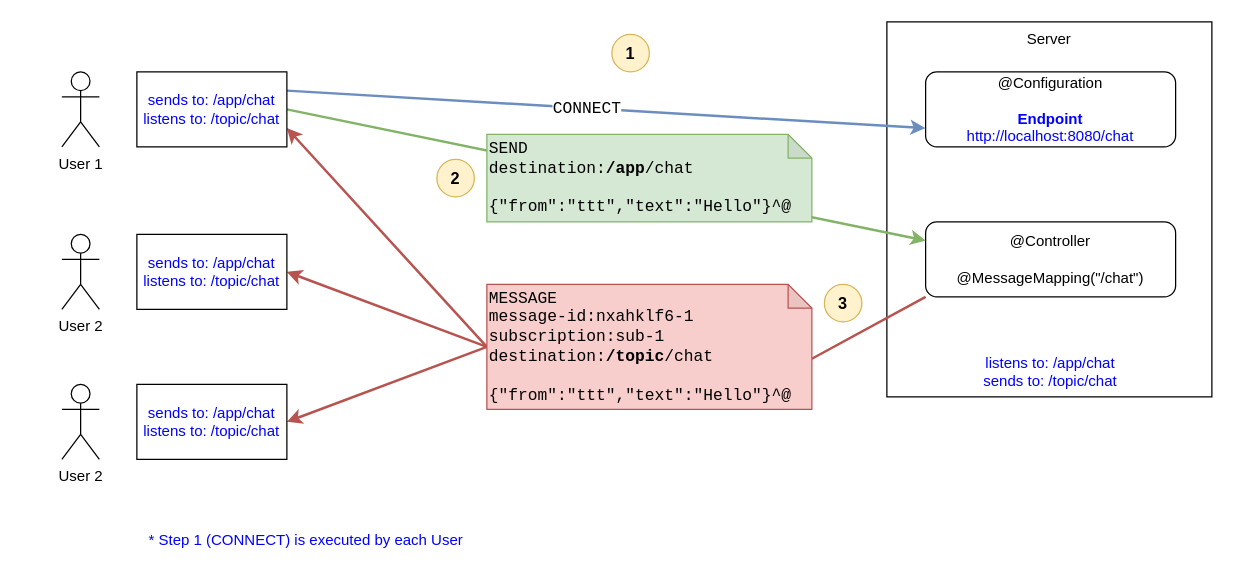
Above: 09-messaging/websockets/websocketbroker-stomp-echo/websocket-chat.drawio in ttt9912/prospringboot2 (draw.io), before the change. Source tidied: cells renumbered, new cells numbered last; positions are measured from the earlier drawing's top-left corner, leaving out a move shared by most shapes. Both pictures are drawn from the tidied source at 125%, with x=0, y=0 at pixel (61, 21).
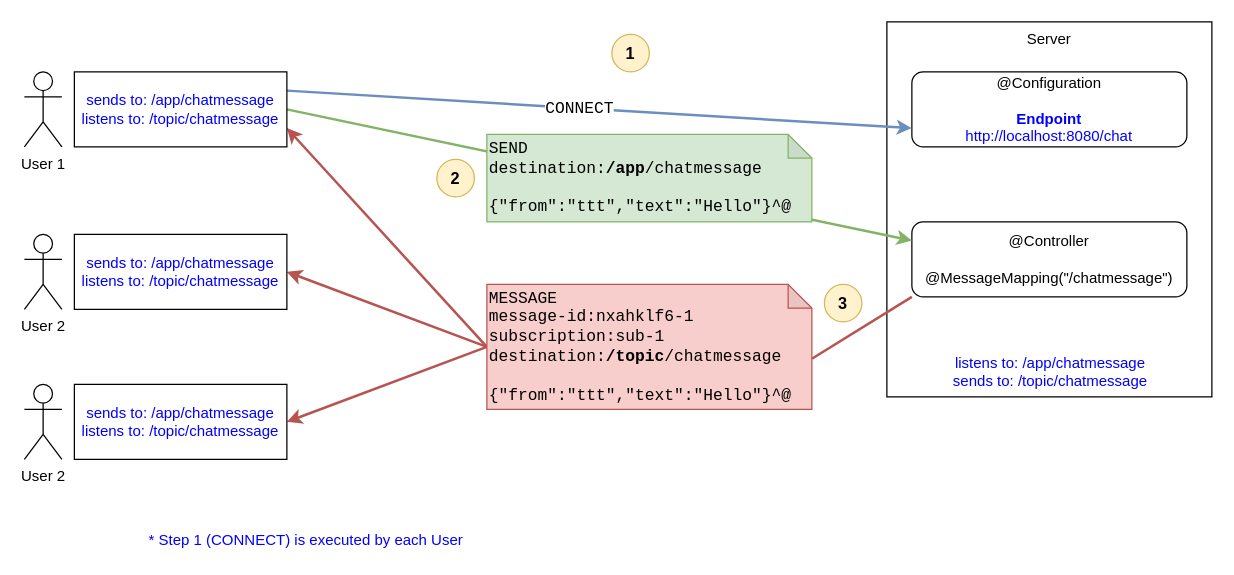
The same diagram, later.

The edit, as a diff of the source:
```diff
@@
-    <mxCell id="3" style="edgeStyle=none;rounded=0;jettySize=auto;html=1;exitX=0;exitY=1;exitDx=0;exitDy=0;entryX=0;entryY=0;entryDx=260;entryDy=59.5;entryPerimeter=0;strokeWidth=2;fontColor=#0000FF;fillColor=#f8cecc;strokeColor=#b85450;endArrow=none;endFill=0;" parent="1" edge="1" source="4" target="9">
-      <mxGeometry relative="1" as="geometry" />
-    </mxCell>
-    <mxCell id="4" value="@Controller&lt;br&gt;&lt;br&gt;@MessageMapping(&quot;/chat&quot;)" style="rounded=1;whiteSpace=wrap;html=1;strokeWidth=1;fillColor=none;fontFamily=Helvetica;fontSize=12;align=center;" parent="1" vertex="1">
-      <mxGeometry x="691" y="160" width="200" height="60" as="geometry" />
-    </mxCell>
+    <mxCell id="25" style="edgeStyle=none;rounded=0;jettySize=auto;html=1;exitX=0;exitY=1;exitDx=0;exitDy=0;entryX=0;entryY=0;entryDx=260;entryDy=59.5;entryPerimeter=0;strokeWidth=2;fontColor=#0000FF;fillColor=#f8cecc;strokeColor=#b85450;endArrow=none;endFill=0;" parent="1" edge="1" source="26" target="30">
+      <mxGeometry relative="1" as="geometry" />
+    </mxCell>
+    <mxCell id="26" value="@Controller&lt;br&gt;&lt;br&gt;@MessageMapping(&quot;/chatmessage&quot;)" style="rounded=1;whiteSpace=wrap;html=1;strokeWidth=1;fillColor=none;fontFamily=Helvetica;fontSize=12;align=center;" parent="1" vertex="1">
+      <mxGeometry x="680" y="160" width="220" height="60" as="geometry" />
+    </mxCell>
     <mxCell id="5" value="@Configuration&lt;br&gt;&lt;br&gt;&lt;b style=&quot;color: rgb(0 , 0 , 255)&quot;&gt;Endpoint&lt;/b&gt;&lt;br style=&quot;color: rgb(0 , 0 , 255)&quot;&gt;&lt;span style=&quot;color: rgb(0 , 0 , 255)&quot;&gt;http://localhost:8080/chat&lt;/span&gt;" style="rounded=1;whiteSpace=wrap;html=1;strokeWidth=1;fillColor=none;fontFamily=Helvetica;fontSize=12;align=center;" parent="1" vertex="1">
-      <mxGeometry x="691" y="40" width="200" height="60" as="geometry" />
+      <mxGeometry x="680" y="40" width="220" height="60" as="geometry" />
     </mxCell>
-    <mxCell id="6" style="edgeStyle=none;rounded=0;jettySize=auto;html=1;exitX=0;exitY=0.5;exitDx=0;exitDy=0;exitPerimeter=0;entryX=1;entryY=0.5;entryDx=0;entryDy=0;strokeWidth=2;fontColor=#0000FF;fillColor=#f8cecc;strokeColor=#b85450;" parent="1" edge="1" source="9" target="21">
-      <mxGeometry relative="1" as="geometry" />
-    </mxCell>
-    <mxCell id="7" style="edgeStyle=none;rounded=0;jettySize=auto;html=1;exitX=0;exitY=0.5;exitDx=0;exitDy=0;exitPerimeter=0;entryX=1;entryY=0.75;entryDx=0;entryDy=0;endArrow=classic;endFill=1;strokeWidth=2;fontColor=#0000FF;fillColor=#f8cecc;strokeColor=#b85450;" parent="1" edge="1" source="9" target="18">
-      <mxGeometry relative="1" as="geometry" />
-    </mxCell>
-    <mxCell id="8" style="edgeStyle=none;rounded=0;jettySize=auto;html=1;exitX=0;exitY=0.5;exitDx=0;exitDy=0;exitPerimeter=0;entryX=1;entryY=0.5;entryDx=0;entryDy=0;endArrow=classic;endFill=1;strokeWidth=2;fontColor=#0000FF;fillColor=#f8cecc;strokeColor=#b85450;" parent="1" edge="1" source="9" target="24">
-      <mxGeometry relative="1" as="geometry" />
-    </mxCell>
-    <mxCell id="9" value="&lt;div style=&quot;font-size: 13px&quot;&gt;&lt;span style=&quot;font-size: 13px&quot;&gt;MESSAGE&lt;/span&gt;&lt;/div&gt;&lt;div&gt;message-id:nxahklf6-1&lt;/div&gt;&lt;div&gt;&lt;span&gt;subscription:sub-1&lt;/span&gt;&lt;br&gt;&lt;/div&gt;&lt;div style=&quot;font-size: 13px&quot;&gt;&lt;span&gt;destination:&lt;/span&gt;&lt;b&gt;/topic&lt;/b&gt;&lt;span&gt;/chat&lt;/span&gt;&lt;br&gt;&lt;/div&gt;&lt;div style=&quot;font-size: 13px&quot;&gt;&lt;br style=&quot;font-size: 13px&quot;&gt;&lt;/div&gt;&lt;div style=&quot;font-size: 13px&quot;&gt;{&quot;from&quot;:&quot;ttt&quot;,&quot;text&quot;:&quot;Hello&quot;}^@&lt;br style=&quot;font-size: 13px&quot;&gt;&lt;/div&gt;" style="shape=note;whiteSpace=wrap;html=1;backgroundOutline=1;darkOpacity=0.05;strokeWidth=1;align=left;fontFamily=Courier New;fontSize=13;size=19;fillColor=#f8cecc;strokeColor=#b85450;" parent="1" vertex="1">
-      <mxGeometry x="340" y="210" width="260" height="100" as="geometry" />
-    </mxCell>
+    <mxCell id="27" style="edgeStyle=none;rounded=0;jettySize=auto;html=1;exitX=0;exitY=0.5;exitDx=0;exitDy=0;exitPerimeter=0;entryX=1;entryY=0.5;entryDx=0;entryDy=0;strokeWidth=2;fontColor=#0000FF;fillColor=#f8cecc;strokeColor=#b85450;" parent="1" edge="1" source="30" target="37">
+      <mxGeometry relative="1" as="geometry" />
+    </mxCell>
+    <mxCell id="28" style="edgeStyle=none;rounded=0;jettySize=auto;html=1;exitX=0;exitY=0.5;exitDx=0;exitDy=0;exitPerimeter=0;entryX=1;entryY=0.75;entryDx=0;entryDy=0;endArrow=classic;endFill=1;strokeWidth=2;fontColor=#0000FF;fillColor=#f8cecc;strokeColor=#b85450;" parent="1" edge="1" source="30" target="34">
+      <mxGeometry relative="1" as="geometry" />
+    </mxCell>
+    <mxCell id="29" style="edgeStyle=none;rounded=0;jettySize=auto;html=1;exitX=0;exitY=0.5;exitDx=0;exitDy=0;exitPerimeter=0;entryX=1;entryY=0.5;entryDx=0;entryDy=0;endArrow=classic;endFill=1;strokeWidth=2;fontColor=#0000FF;fillColor=#f8cecc;strokeColor=#b85450;" parent="1" edge="1" source="30" target="39">
+      <mxGeometry relative="1" as="geometry" />
+    </mxCell>
+    <mxCell id="30" value="&lt;div style=&quot;font-size: 13px&quot;&gt;&lt;span style=&quot;font-size: 13px&quot;&gt;MESSAGE&lt;/span&gt;&lt;/div&gt;&lt;div&gt;message-id:nxahklf6-1&lt;/div&gt;&lt;div&gt;&lt;span&gt;subscription:sub-1&lt;/span&gt;&lt;br&gt;&lt;/div&gt;&lt;div style=&quot;font-size: 13px&quot;&gt;&lt;span&gt;destination:&lt;/span&gt;&lt;b&gt;/topic&lt;/b&gt;&lt;span&gt;/chatmessage&lt;/span&gt;&lt;br&gt;&lt;/div&gt;&lt;div style=&quot;font-size: 13px&quot;&gt;&lt;br style=&quot;font-size: 13px&quot;&gt;&lt;/div&gt;&lt;div style=&quot;font-size: 13px&quot;&gt;{&quot;from&quot;:&quot;ttt&quot;,&quot;text&quot;:&quot;Hello&quot;}^@&lt;br style=&quot;font-size: 13px&quot;&gt;&lt;/div&gt;" style="shape=note;whiteSpace=wrap;html=1;backgroundOutline=1;darkOpacity=0.05;strokeWidth=1;align=left;fontFamily=Courier New;fontSize=13;size=19;fillColor=#f8cecc;strokeColor=#b85450;" parent="1" vertex="1">
+      <mxGeometry x="340" y="210" width="260" height="100" as="geometry" />
+    </mxCell>
@@
-    <mxCell id="13" value="listens to: /app/chat&lt;br&gt;sends to: /topic/chat" style="text;html=1;strokeColor=none;fillColor=none;align=center;verticalAlign=middle;whiteSpace=wrap;rounded=0;fontSize=12;fontColor=#0000FF;" parent="1" vertex="1">
-      <mxGeometry x="676" y="270" width="230" height="20" as="geometry" />
-    </mxCell>
+    <mxCell id="31" value="listens to: /app/chatmessage&lt;br&gt;sends to: /topic/chatmessage" style="text;html=1;strokeColor=none;fillColor=none;align=center;verticalAlign=middle;whiteSpace=wrap;rounded=0;fontSize=12;fontColor=#0000FF;" parent="1" vertex="1">
+      <mxGeometry x="676" y="270" width="230" height="20" as="geometry" />
+    </mxCell>
     <mxCell id="14" value="User 1" style="shape=umlActor;verticalLabelPosition=bottom;labelBackgroundColor=#ffffff;verticalAlign=top;html=1;" parent="1" vertex="1">
-      <mxGeometry y="40" width="30" height="60" as="geometry" />
+      <mxGeometry x="-30" y="40" width="30" height="60" as="geometry" />
     </mxCell>
-    <mxCell id="15" style="rounded=0;jettySize=auto;html=1;exitX=1;exitY=0.25;exitDx=0;exitDy=0;entryX=0;entryY=0.75;entryDx=0;entryDy=0;fillColor=#dae8fc;strokeColor=#6c8ebf;strokeWidth=2;" parent="1" edge="1" source="18" target="5">
-      <mxGeometry relative="1" as="geometry" />
-    </mxCell>
+    <mxCell id="32" style="rounded=0;jettySize=auto;html=1;exitX=1;exitY=0.25;exitDx=0;exitDy=0;entryX=0;entryY=0.75;entryDx=0;entryDy=0;fillColor=#dae8fc;strokeColor=#6c8ebf;strokeWidth=2;" parent="1" edge="1" source="34" target="5">
+      <mxGeometry relative="1" as="geometry" />
+    </mxCell>
-    <mxCell id="16" value="&lt;font face=&quot;Courier New&quot; style=&quot;font-size: 13px&quot;&gt;CONNECT&lt;/font&gt;" style="text;html=1;align=center;verticalAlign=middle;labelBackgroundColor=#ffffff;" parent="15" vertex="1">
+    <mxCell id="16" value="&lt;font face=&quot;Courier New&quot; style=&quot;font-size: 13px&quot;&gt;CONNECT&lt;/font&gt;" style="text;html=1;align=center;verticalAlign=middle;labelBackgroundColor=#ffffff;" parent="32" vertex="1">
       <mxGeometry x="-0.06" y="1" relative="1" as="geometry">
         <mxPoint x="-1" as="offset" />
       </mxGeometry>
     </mxCell>
-    <mxCell id="17" style="edgeStyle=none;rounded=0;jettySize=auto;html=1;exitX=1;exitY=0.5;exitDx=0;exitDy=0;entryX=0;entryY=0.25;entryDx=0;entryDy=0;strokeWidth=2;fontColor=#0000FF;fillColor=#d5e8d4;strokeColor=#82b366;" parent="1" edge="1" source="18" target="4">
-      <mxGeometry relative="1" as="geometry" />
-    </mxCell>
-    <mxCell id="18" value="sends to: /app/chat&lt;span&gt;&lt;br&gt;listens to: /topic/chat&lt;/span&gt;" style="rounded=0;whiteSpace=wrap;html=1;fontColor=#0000FF;" parent="1" vertex="1">
-      <mxGeometry x="60" y="40" width="120" height="60" as="geometry" />
-    </mxCell>
-    <mxCell id="19" value="&lt;div style=&quot;font-size: 13px&quot;&gt;&lt;span style=&quot;font-size: 13px&quot;&gt;SEND&lt;/span&gt;&lt;/div&gt;&lt;div style=&quot;font-size: 13px&quot;&gt;destination:&lt;b&gt;/app&lt;/b&gt;/chat&lt;/div&gt;&lt;div style=&quot;font-size: 13px&quot;&gt;&lt;br style=&quot;font-size: 13px&quot;&gt;&lt;/div&gt;&lt;div style=&quot;font-size: 13px&quot;&gt;{&quot;from&quot;:&quot;ttt&quot;,&quot;text&quot;:&quot;Hello&quot;}^@&lt;br style=&quot;font-size: 13px&quot;&gt;&lt;/div&gt;" style="shape=note;whiteSpace=wrap;html=1;backgroundOutline=1;darkOpacity=0.05;strokeWidth=1;align=left;fontFamily=Courier New;fontSize=13;size=19;fillColor=#d5e8d4;strokeColor=#82b366;" parent="1" vertex="1">
-      <mxGeometry x="340" y="90" width="260" height="70" as="geometry" />
-    </mxCell>
-    <mxCell id="20" value="User 2" style="shape=umlActor;verticalLabelPosition=bottom;labelBackgroundColor=#ffffff;verticalAlign=top;html=1;" parent="1" vertex="1">
-      <mxGeometry y="170" width="30" height="60" as="geometry" />
-    </mxCell>
-    <mxCell id="21" value="sends to: /app/chat&lt;span&gt;&lt;br&gt;listens to: /topic/chat&lt;/span&gt;" style="rounded=0;whiteSpace=wrap;html=1;fontColor=#0000FF;" parent="1" vertex="1">
-      <mxGeometry x="60" y="170" width="120" height="60" as="geometry" />
-    </mxCell>
+    <mxCell id="33" style="edgeStyle=none;rounded=0;jettySize=auto;html=1;exitX=1;exitY=0.5;exitDx=0;exitDy=0;entryX=0;entryY=0.25;entryDx=0;entryDy=0;strokeWidth=2;fontColor=#0000FF;fillColor=#d5e8d4;strokeColor=#82b366;" parent="1" edge="1" source="34" target="26">
+      <mxGeometry relative="1" as="geometry" />
+    </mxCell>
+    <mxCell id="34" value="sends to: /app/chatmessage&lt;span&gt;&lt;br&gt;listens to: /topic/chatmessage&lt;/span&gt;" style="rounded=0;whiteSpace=wrap;html=1;fontColor=#0000FF;" parent="1" vertex="1">
+      <mxGeometry x="10" y="40" width="170" height="60" as="geometry" />
+    </mxCell>
+    <mxCell id="35" value="&lt;div style=&quot;font-size: 13px&quot;&gt;&lt;span style=&quot;font-size: 13px&quot;&gt;SEND&lt;/span&gt;&lt;/div&gt;&lt;div style=&quot;font-size: 13px&quot;&gt;destination:&lt;b&gt;/app&lt;/b&gt;/chatmessage&lt;/div&gt;&lt;div style=&quot;font-size: 13px&quot;&gt;&lt;br style=&quot;font-size: 13px&quot;&gt;&lt;/div&gt;&lt;div style=&quot;font-size: 13px&quot;&gt;{&quot;from&quot;:&quot;ttt&quot;,&quot;text&quot;:&quot;Hello&quot;}^@&lt;br style=&quot;font-size: 13px&quot;&gt;&lt;/div&gt;" style="shape=note;whiteSpace=wrap;html=1;backgroundOutline=1;darkOpacity=0.05;strokeWidth=1;align=left;fontFamily=Courier New;fontSize=13;size=19;fillColor=#d5e8d4;strokeColor=#82b366;" parent="1" vertex="1">
+      <mxGeometry x="340" y="90" width="260" height="70" as="geometry" />
+    </mxCell>
+    <mxCell id="36" value="User 2" style="shape=umlActor;verticalLabelPosition=bottom;labelBackgroundColor=#ffffff;verticalAlign=top;html=1;" parent="1" vertex="1">
+      <mxGeometry x="-30" y="170" width="30" height="60" as="geometry" />
+    </mxCell>
+    <mxCell id="37" value="sends to: /app/chatmessage&lt;span&gt;&lt;br&gt;listens to: /topic/&lt;/span&gt;chatmessage" style="rounded=0;whiteSpace=wrap;html=1;fontColor=#0000FF;" parent="1" vertex="1">
+      <mxGeometry x="10" y="170" width="170" height="60" as="geometry" />
+    </mxCell>
@@
-    <mxCell id="23" value="User 2" style="shape=umlActor;verticalLabelPosition=bottom;labelBackgroundColor=#ffffff;verticalAlign=top;html=1;" parent="1" vertex="1">
-      <mxGeometry y="290" width="30" height="60" as="geometry" />
-    </mxCell>
-    <mxCell id="24" value="sends to: /app/chat&lt;span&gt;&lt;br&gt;listens to: /topic/chat&lt;/span&gt;" style="rounded=0;whiteSpace=wrap;html=1;fontColor=#0000FF;" parent="1" vertex="1">
-      <mxGeometry x="60" y="290" width="120" height="60" as="geometry" />
-    </mxCell>
+    <mxCell id="38" value="User 2" style="shape=umlActor;verticalLabelPosition=bottom;labelBackgroundColor=#ffffff;verticalAlign=top;html=1;" parent="1" vertex="1">
+      <mxGeometry x="-30" y="290" width="30" height="60" as="geometry" />
+    </mxCell>
+    <mxCell id="39" value="sends to: /app/chatmessage&lt;span&gt;&lt;br&gt;listens to: /topic/&lt;/span&gt;chatmessage" style="rounded=0;whiteSpace=wrap;html=1;fontColor=#0000FF;" parent="1" vertex="1">
+      <mxGeometry x="10" y="290" width="170" height="60" as="geometry" />
+    </mxCell>
```
